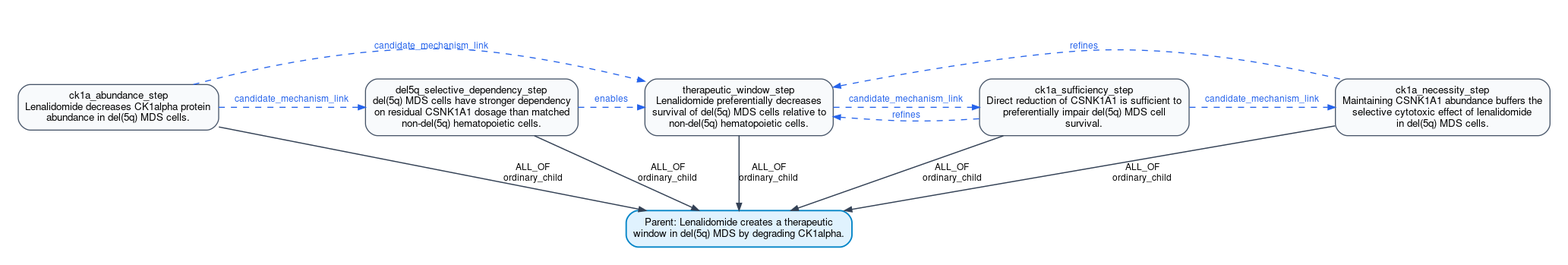
Earlier version of the Graphviz export assets/claim_dags/step0_live_lenalidomide_del5q_ck1a.png (eliannaqk/bioKG). Its source is kept beside it as assets/claim_dags/step0_live_lenalidomide_del5q_ck1a.dot.
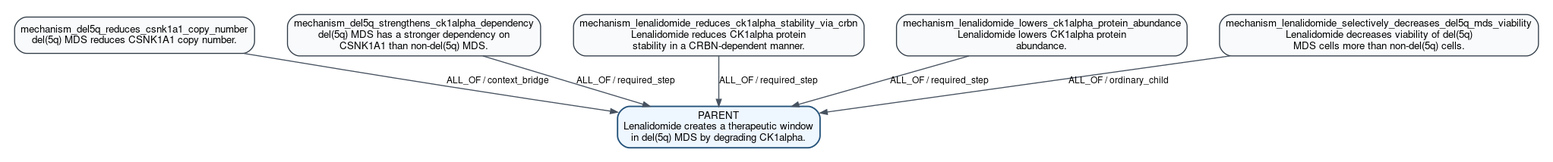
The same file after the commit.

Diff of the diagram source:
```diff
@@ -1,43 +1,16 @@
 digraph G {
-  graph [rankdir=TB, bgcolor="white", pad="0.25", nodesep="0.45", ranksep="0.75", splines=true];
-  node [shape=box, style="rounded,filled", fontname="Helvetica", fontsize=10, margin="0.10,0.08", color="#475569", fillcolor="#f8fafc"];
-  edge [fontname="Helvetica", fontsize=9, color="#334155", arrowsize=0.7];
-  P [label="Parent: Lenalidomide creates a therapeutic
-window in del(5q) MDS by degrading CK1alpha.", fillcolor="#e0f2fe", color="#0284c7", penwidth=1.4];
-  N1 [label="ck1a_abundance_step
-Lenalidomide decreases CK1alpha protein
-abundance in del(5q) MDS cells.", fillcolor="#f8fafc"];
-  N2 [label="del5q_selective_dependency_step
-del(5q) MDS cells have stronger dependency
-on residual CSNK1A1 dosage than matched
-non-del(5q) hematopoietic cells.", fillcolor="#f8fafc"];
-  N3 [label="therapeutic_window_step
-Lenalidomide preferentially decreases
-survival of del(5q) MDS cells relative to
-non-del(5q) hematopoietic cells.", fillcolor="#f8fafc"];
-  N4 [label="ck1a_sufficiency_step
-Direct reduction of CSNK1A1 is sufficient to
-preferentially impair del(5q) MDS cell
-survival.", fillcolor="#f8fafc"];
-  N5 [label="ck1a_necessity_step
-Maintaining CSNK1A1 abundance buffers the
-selective cytotoxic effect of lenalidomide
-in del(5q) MDS cells.", fillcolor="#f8fafc"];
-  N1 -> P [label="ALL_OF
-ordinary_child", color="#334155", penwidth=1.1];
-  N2 -> P [label="ALL_OF
-ordinary_child", color="#334155", penwidth=1.1];
-  N3 -> P [label="ALL_OF
-ordinary_child", color="#334155", penwidth=1.1];
-  N4 -> P [label="ALL_OF
-ordinary_child", color="#334155", penwidth=1.1];
-  N5 -> P [label="ALL_OF
-ordinary_child", color="#334155", penwidth=1.1];
-  N1 -> N3 [label="candidate_mechanism_link", style=dashed, color="#2563eb", fontcolor="#2563eb", constraint=false];
-  N2 -> N3 [label="enables", style=dashed, color="#2563eb", fontcolor="#2563eb", constraint=false];
-  N4 -> N3 [label="refines", style=dashed, color="#2563eb", fontcolor="#2563eb", constraint=false];
-  N5 -> N3 [label="refines", style=dashed, color="#2563eb", fontcolor="#2563eb", constraint=false];
-  N1 -> N2 [label="candidate_mechanism_link", style=dashed, color="#2563eb", fontcolor="#2563eb", constraint=false];
-  N3 -> N4 [label="candidate_mechanism_link", style=dashed, color="#2563eb", fontcolor="#2563eb", constraint=false];
-  N4 -> N5 [label="candidate_mechanism_link", style=dashed, color="#2563eb", fontcolor="#2563eb", constraint=false];
+  graph [rankdir=TB, bgcolor="white", pad="0.2", nodesep="0.45", ranksep="0.55"];
+  node [shape=box, style="rounded,filled", fontname="Helvetica", fontsize=10, margin="0.08,0.06", color="#2f3a45", fillcolor="#f8fafc"];
+  edge [fontname="Helvetica", fontsize=9, color="#46515f", arrowsize=0.7];
+  PARENT [label="PARENT\nLenalidomide creates a therapeutic window\nin del(5q) MDS by degrading CK1alpha.", fillcolor="#eef6ff", color="#24527a", penwidth=1.4];
+  N1 [label="mechanism_del5q_reduces_csnk1a1_copy_number\ndel(5q) MDS reduces CSNK1A1 copy number.", fillcolor="#f8fafc"];
+  N2 [label="mechanism_del5q_strengthens_ck1alpha_dependency\ndel(5q) MDS has a stronger dependency on\nCSNK1A1 than non-del(5q) MDS.", fillcolor="#f8fafc"];
+  N3 [label="mechanism_lenalidomide_reduces_ck1alpha_stability_via_crbn\nLenalidomide reduces CK1alpha protein\nstability in a CRBN-dependent manner.", fillcolor="#f8fafc"];
+  N4 [label="mechanism_lenalidomide_lowers_ck1alpha_protein_abundance\nLenalidomide lowers CK1alpha protein\nabundance.", fillcolor="#f8fafc"];
+  N5 [label="mechanism_lenalidomide_selectively_decreases_del5q_mds_viability\nLenalidomide decreases viability of del(5q)\nMDS cells more than non-del(5q) cells.", fillcolor="#f8fafc"];
+  N1 -> PARENT [label="ALL_OF / context_bridge", color="#46515f"];
+  N2 -> PARENT [label="ALL_OF / required_step", color="#46515f"];
+  N3 -> PARENT [label="ALL_OF / required_step", color="#46515f"];
+  N4 -> PARENT [label="ALL_OF / required_step", color="#46515f"];
+  N5 -> PARENT [label="ALL_OF / ordinary_child", color="#46515f"];
 }
```
